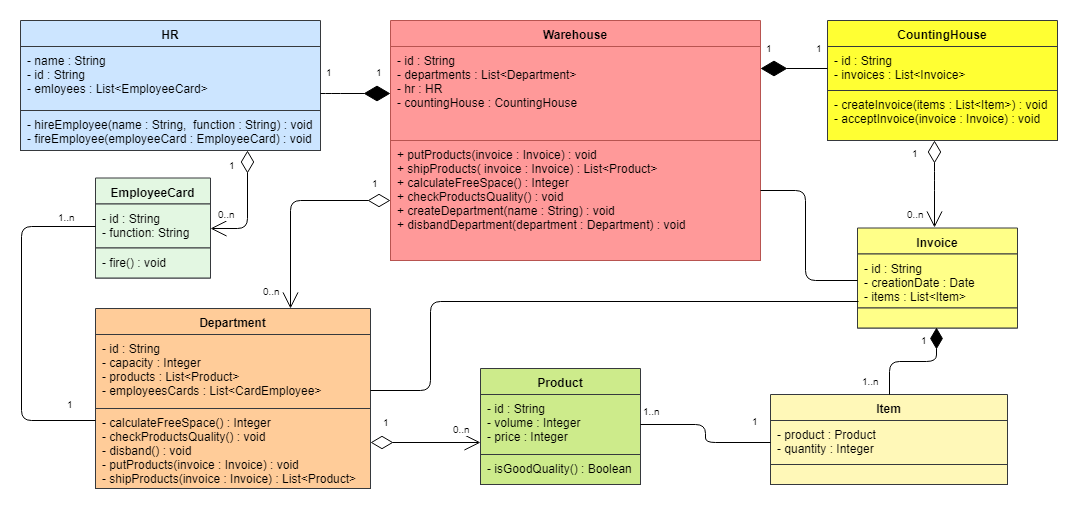
MaxValencio/task_7_decompose_warehouse keeps this draw.io diagram as Warehouse.png. Above is the earlier version. Source tidied: cells renumbered, new cells last; positions are measured from the earlier drawing's top-left corner, leaving out a move shared by most shapes.
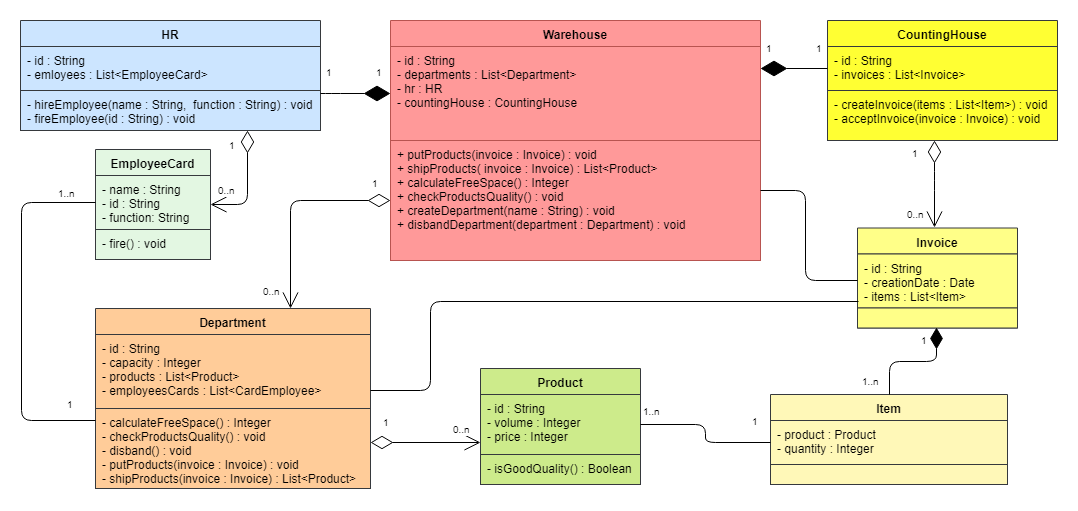
Later version of the same file.

Change to the diagram source:
```diff
@@ -48,22 +48,22 @@
       <mxGeometry y="70" width="230" height="50" as="geometry" />
     </mxCell>
     <mxCell id="17" value="HR" style="swimlane;fontStyle=1;align=center;verticalAlign=top;horizontal=1;startSize=26;rounded=0;shadow=0;glass=0;comic=0;fillColor=#cce5ff;strokeColor=#36393d;" parent="1" vertex="1">
-      <mxGeometry width="300" height="130" as="geometry" />
+      <mxGeometry width="300" height="110" as="geometry" />
     </mxCell>
-    <mxCell id="18" value="- name : String&#10;- id : String&#10;- emloyees : List&lt;EmployeeCard&gt;&#10;" style="text;strokeColor=#36393d;fillColor=#cce5ff;align=left;verticalAlign=top;spacingLeft=4;spacingRight=4;overflow=hidden;" parent="17" vertex="1">
-      <mxGeometry y="26" width="300" height="64" as="geometry" />
+    <mxCell id="18" value="- id : String&#10;- emloyees : List&lt;EmployeeCard&gt;&#10;" style="text;strokeColor=#36393d;fillColor=#cce5ff;align=left;verticalAlign=top;spacingLeft=4;spacingRight=4;overflow=hidden;" parent="17" vertex="1">
+      <mxGeometry y="26" width="300" height="44" as="geometry" />
     </mxCell>
-    <mxCell id="19" value="- hireEmployee(name : String,  function : String) : void&#10;- fireEmployee(employeeCard : EmployeeCard) : void&#10;" style="text;strokeColor=#36393d;fillColor=#cce5ff;align=left;verticalAlign=top;spacingLeft=4;spacingRight=4;overflow=hidden;points=[[0,0.5],[1,0.5]];portConstraint=eastwest;" parent="17" vertex="1">
-      <mxGeometry y="90" width="300" height="40" as="geometry" />
+    <mxCell id="19" value="- hireEmployee(name : String,  function : String) : void&#10;- fireEmployee(id : String) : void&#10;" style="text;strokeColor=#36393d;fillColor=#cce5ff;align=left;verticalAlign=top;spacingLeft=4;spacingRight=4;overflow=hidden;points=[[0,0.5],[1,0.5]];portConstraint=eastwest;" parent="17" vertex="1">
+      <mxGeometry y="70" width="300" height="40" as="geometry" />
     </mxCell>
     <mxCell id="20" value="EmployeeCard" style="swimlane;fontStyle=1;align=center;verticalAlign=top;horizontal=1;startSize=26;rounded=0;shadow=0;glass=0;comic=0;fillColor=#E3F7E2;strokeColor=#36393d;" parent="1" vertex="1">
-      <mxGeometry x="75" y="157.5" width="115" height="100" as="geometry" />
+      <mxGeometry x="75" y="129" width="115" height="110" as="geometry" />
     </mxCell>
-    <mxCell id="21" value="- id : String&#10;- function: String&#10;" style="text;strokeColor=#36393d;fillColor=#E3F7E2;align=left;verticalAlign=top;spacingLeft=4;spacingRight=4;overflow=hidden;points=[[0,0.5],[1,0.5]];portConstraint=eastwest;" parent="20" vertex="1">
-      <mxGeometry y="26" width="115" height="44" as="geometry" />
+    <mxCell id="21" value="- name : String&#10;- id : String&#10;- function: String&#10;" style="text;strokeColor=#36393d;fillColor=#E3F7E2;align=left;verticalAlign=top;spacingLeft=4;spacingRight=4;overflow=hidden;points=[[0,0.5],[1,0.5]];portConstraint=eastwest;" parent="20" vertex="1">
+      <mxGeometry y="26" width="115" height="54" as="geometry" />
     </mxCell>
     <mxCell id="22" value="- fire() : void" style="text;strokeColor=#36393d;fillColor=#E3F7E2;align=left;verticalAlign=top;spacingLeft=4;spacingRight=4;overflow=hidden;" parent="20" vertex="1">
-      <mxGeometry y="70" width="115" height="30" as="geometry" />
+      <mxGeometry y="80" width="115" height="30" as="geometry" />
     </mxCell>
     <mxCell id="23" style="endArrow=diamondThin;endFill=1;endSize=24;html=1;edgeStyle=orthogonalEdgeStyle;" parent="1" edge="1" target="3">
       <mxGeometry relative="1" as="geometry">
@@ -82,7 +82,7 @@
     <mxCell id="25" value="&lt;br&gt;&lt;br&gt;" style="endArrow=none;html=1;endSize=20;startArrow=none;startSize=14;startFill=0;edgeStyle=orthogonalEdgeStyle;exitX=0;exitY=0.5;exitDx=0;exitDy=0;endFill=0;" parent="1" edge="1" source="21" target="7">
       <mxGeometry relative="1" as="geometry">
         <Array as="points">
-          <mxPoint x="1" y="206" />
+          <mxPoint x="1" y="182" />
           <mxPoint x="1" y="400" />
         </Array>
       </mxGeometry>
@@ -151,7 +151,7 @@
     <mxCell id="37" value="&lt;br&gt;&lt;br&gt;" style="endArrow=diamondThin;html=1;endSize=20;startArrow=open;startSize=14;startFill=0;edgeStyle=orthogonalEdgeStyle;exitX=1;exitY=0.5;exitDx=0;exitDy=0;endFill=0;" parent="1" edge="1" source="20" target="19">
       <mxGeometry relative="1" as="geometry">
         <Array as="points">
-          <mxPoint x="227" y="208" />
+          <mxPoint x="227" y="184" />
         </Array>
       </mxGeometry>
     </mxCell>
```
